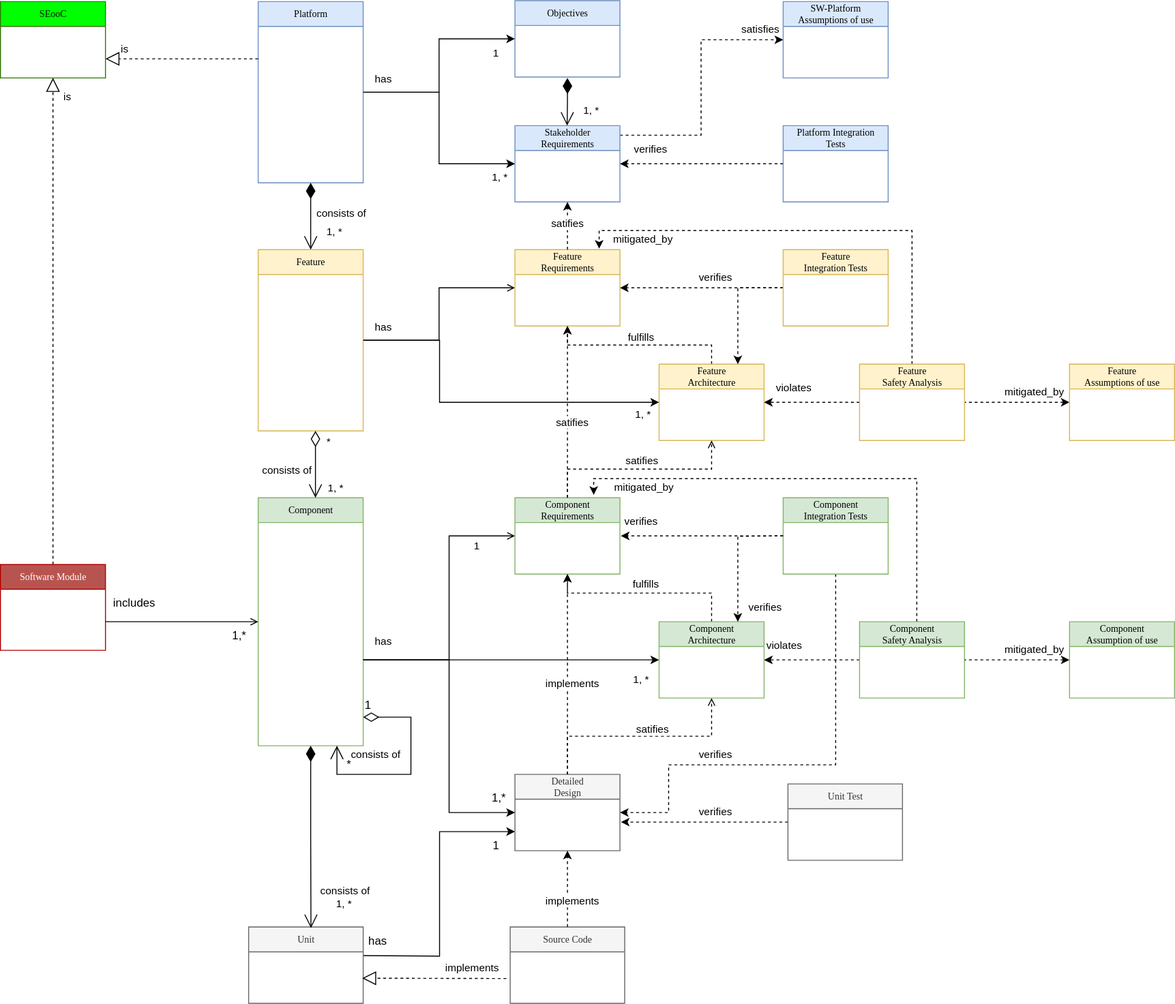
Before: main/_images/score_building_blocks_meta_model.drawio.svg, a diagram exported from draw.io (eclipse-score/process_description). Source tidied: cells renumbered, new cells last; positions are measured from the earlier drawing's top-left corner, leaving out a move shared by most shapes.
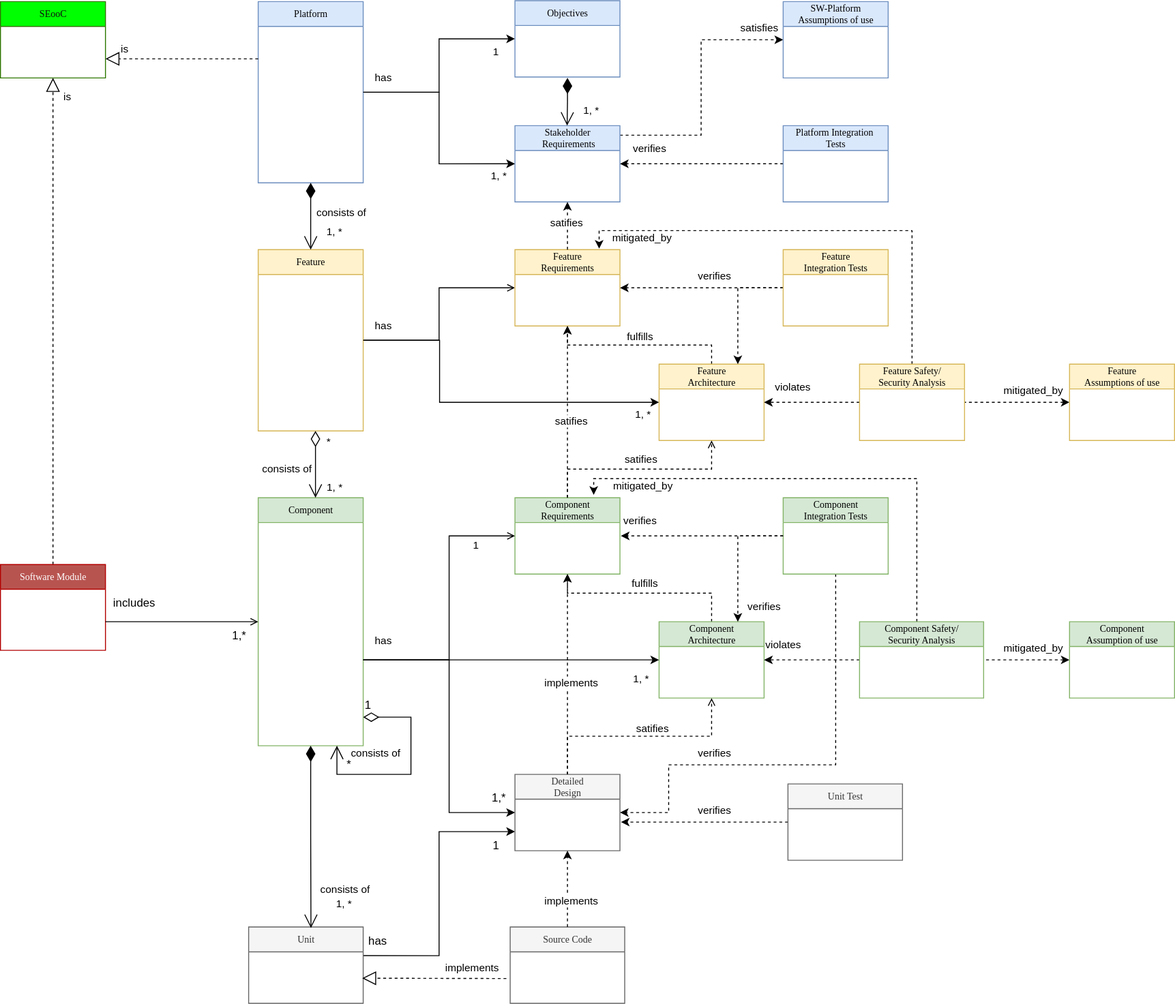
Later version of the same file.

Change to the diagram source:
```diff
@@ -325,7 +325,7 @@
         </Array>
       </mxGeometry>
     </mxCell>
-    <mxCell id="69" value="Feature&lt;br&gt;Safety Analysis" style="swimlane;html=1;fontStyle=0;horizontal=1;startSize=26;fillColor=#fff2cc;swimlaneFillColor=#ffffff;rounded=0;shadow=0;comic=0;labelBackgroundColor=none;strokeWidth=1;fontFamily=Verdana;fontSize=10;align=center;strokeColor=#d6b656;" parent="1" vertex="1">
+    <mxCell id="69" value="Feature Safety/&lt;br&gt;Security Analysis" style="swimlane;html=1;fontStyle=0;horizontal=1;startSize=26;fillColor=#fff2cc;swimlaneFillColor=#ffffff;rounded=0;shadow=0;comic=0;labelBackgroundColor=none;strokeWidth=1;fontFamily=Verdana;fontSize=10;align=center;strokeColor=#d6b656;" parent="1" vertex="1">
       <mxGeometry x="900" y="381" width="110" height="80" as="geometry" />
     </mxCell>
     <mxCell id="70" value="Feature &lt;br&gt;Assumptions of use" style="swimlane;html=1;fontStyle=0;horizontal=1;startSize=26;fillColor=#fff2cc;swimlaneFillColor=#ffffff;rounded=0;shadow=0;comic=0;labelBackgroundColor=none;strokeWidth=1;fontFamily=Verdana;fontSize=10;align=center;strokeColor=#d6b656;" parent="1" vertex="1">
@@ -400,8 +400,8 @@
         </Array>
       </mxGeometry>
     </mxCell>
-    <mxCell id="86" value="Component&lt;br&gt;Safety Analysis" style="swimlane;html=1;fontStyle=0;horizontal=1;startSize=26;fillColor=#d5e8d4;swimlaneFillColor=#ffffff;rounded=0;shadow=0;comic=0;labelBackgroundColor=none;strokeWidth=1;fontFamily=Verdana;fontSize=10;align=center;strokeColor=#82b366;" parent="1" vertex="1">
-      <mxGeometry x="900" y="651" width="110" height="80" as="geometry" />
+    <mxCell id="86" value="Component Safety/&lt;br&gt;Security Analysis" style="swimlane;html=1;fontStyle=0;horizontal=1;startSize=26;fillColor=#d5e8d4;swimlaneFillColor=#ffffff;rounded=0;shadow=0;comic=0;labelBackgroundColor=none;strokeWidth=1;fontFamily=Verdana;fontSize=10;align=center;strokeColor=#82b366;" parent="1" vertex="1">
+      <mxGeometry x="900" y="651" width="130" height="80" as="geometry" />
     </mxCell>
     <mxCell id="87" style="edgeStyle=orthogonalEdgeStyle;rounded=0;jettySize=auto;html=1;entryX=1;entryY=0.5;entryDx=0;entryDy=0;dashed=1;startArrow=classic;startFill=1;endArrow=none;endFill=0;" parent="1" edge="1" source="88" target="86">
       <mxGeometry relative="1" as="geometry" />
```
